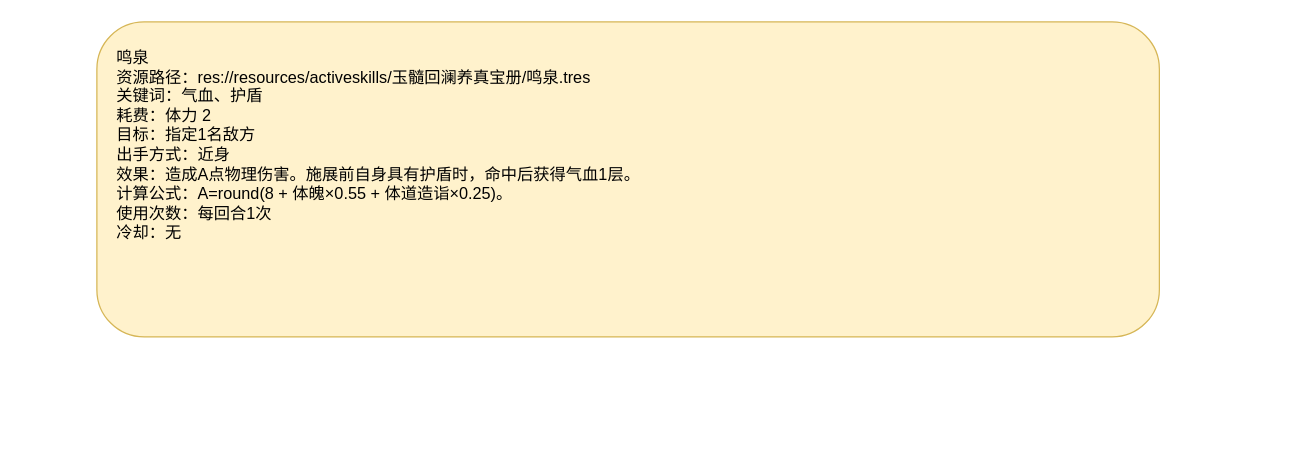
This is page "鸣泉" (1 of 2) of docs/卡牌词典/秘籍技能/玉髓回澜养真宝册/鸣泉.drawio from ankundanetracyc-spec/tian-guan-you-du, a draw.io file, before an edit. Source tidied: cells renumbered, new cells numbered last; positions are measured from the earlier drawing's top-left corner, leaving out a move shared by most shapes. Both pictures are drawn from the tidied source at 125%, with x=0, y=0 at pixel (96, 21).
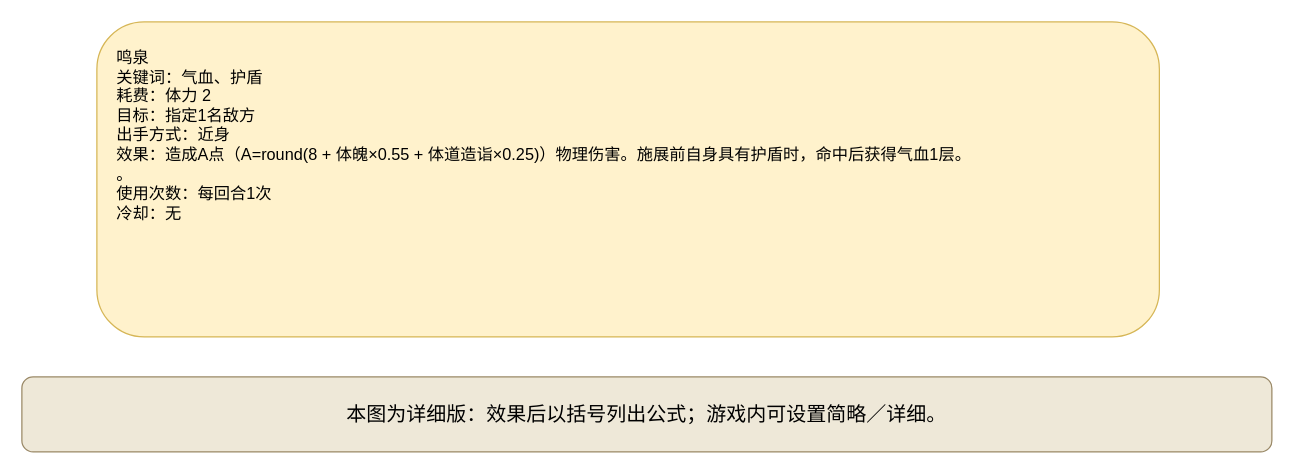
Above is the later version.

Diff of the diagram source:
```diff
@@
 <mxGraphModel>
   <root>
     <mxCell id="0" />
     <mxCell id="1" parent="0" />
-    <mxCell id="2" value="&lt;div style=&quot;text-align:left;&quot;&gt;鸣泉&lt;br&gt;资源路径：res://resources/activeskills/玉髓回澜养真宝册/鸣泉.tres&lt;br&gt;关键词：气血、护盾&lt;br&gt;耗费：体力 2&lt;br&gt;目标：指定1名敌方&lt;br&gt;出手方式：近身&lt;br&gt;效果：造成A点物理伤害。施展前自身具有护盾时，命中后获得气血1层。&lt;br&gt;计算公式：A=round(8 + 体魄×0.55 + 体道造诣×0.25)。&lt;br&gt;使用次数：每回合1次&lt;br&gt;冷却：无&lt;/div&gt;" style="rounded=1;whiteSpace=wrap;html=1;fillColor=#fff2cc;strokeColor=#d6b656;fontSize=13;align=left;verticalAlign=top;spacing=16;" parent="1" vertex="1">
+    <mxCell id="2" value="鸣泉&#10;关键词：气血、护盾&#10;耗费：体力 2&#10;目标：指定1名敌方&#10;出手方式：近身&#10;效果：造成A点（A=round(8 + 体魄×0.55 + 体道造诣×0.25)）物理伤害。施展前自身具有护盾时，命中后获得气血1层。&#10;。&#10;使用次数：每回合1次&#10;冷却：无" style="rounded=1;whiteSpace=wrap;html=1;fillColor=#fff2cc;strokeColor=#d6b656;fontSize=13;align=left;verticalAlign=top;spacing=16;" parent="1" vertex="1">
       <mxGeometry width="850" height="252" as="geometry" />
     </mxCell>
+    <mxCell id="3" value="本图为详细版：效果后以括号列出公式；游戏内可设置简略／详细。" style="rounded=1;whiteSpace=wrap;html=1;fillColor=#eee8d8;strokeColor=#9a8967;fontSize=16;" parent="1" vertex="1">
+      <mxGeometry x="-60" y="284" width="1000" height="60" as="geometry" />
+    </mxCell>
   </root>
 </mxGraphModel>
```
